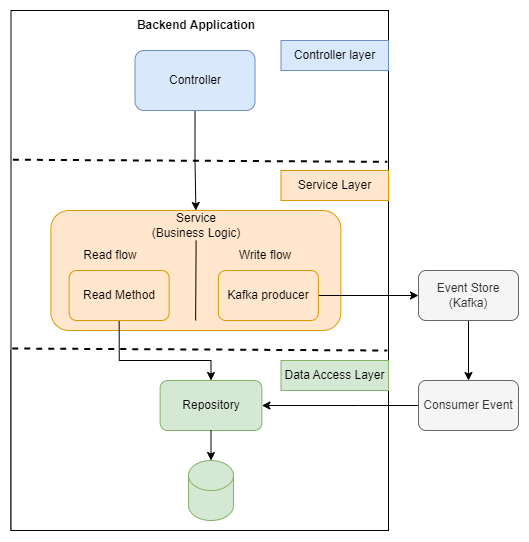
Before: images/chap6/PythonBackend.png, a diagram exported from draw.io (quechivvt/ecommerce-ai-agent-report). Source tidied: cells renumbered, new cells last; positions are measured from the earlier drawing's top-left corner, leaving out a move shared by most shapes. The source it was exported from:
```xml
<mxGraphModel>
  <root>
    <mxCell id="0" />
    <mxCell id="1" parent="0" />
    <mxCell id="2" style="rounded=0;whiteSpace=wrap;html=1;" parent="1" vertex="1">
      <mxGeometry x="0.5" y="340" width="377.5" height="180" as="geometry" />
    </mxCell>
    <mxCell id="3" style="rounded=0;whiteSpace=wrap;html=1;" parent="1" vertex="1">
      <mxGeometry x="0.5" width="377.5" height="520" as="geometry" />
    </mxCell>
    <mxCell id="4" value="&lt;b&gt;Backend Application&lt;/b&gt;" style="text;html=1;align=center;verticalAlign=middle;whiteSpace=wrap;rounded=0;" parent="1" vertex="1">
      <mxGeometry x="95.5" width="180" height="30" as="geometry" />
    </mxCell>
    <mxCell id="5" style="edgeStyle=orthogonalEdgeStyle;rounded=0;jettySize=auto;html=1;exitX=0.5;exitY=1;exitDx=0;exitDy=0;entryX=0.5;entryY=0;entryDx=0;entryDy=0;" parent="1" edge="1" source="6" target="8">
      <mxGeometry relative="1" as="geometry" />
    </mxCell>
    <mxCell id="6" value="Controller" style="rounded=1;whiteSpace=wrap;html=1;fillColor=#dae8fc;strokeColor=#6c8ebf;" parent="1" vertex="1">
      <mxGeometry x="124.5" y="40" width="120" height="60" as="geometry" />
    </mxCell>
    <mxCell id="7" style="rounded=1;whiteSpace=wrap;html=1;fillColor=#ffe6cc;strokeColor=#d79b00;" parent="1" vertex="1">
      <mxGeometry x="40.4" y="200" width="290" height="120" as="geometry" />
    </mxCell>
    <mxCell id="8" value="Service&lt;br&gt;(Business Logic)" style="text;html=1;align=center;verticalAlign=middle;whiteSpace=wrap;rounded=0;" parent="1" vertex="1">
      <mxGeometry x="124.5" y="200" width="121.7" height="30" as="geometry" />
    </mxCell>
    <mxCell id="9" style="endArrow=none;html=1;rounded=0;" parent="1" edge="1">
      <mxGeometry relative="1" as="geometry">
        <mxPoint x="185.1" y="310" as="sourcePoint" />
        <mxPoint x="185.6" y="230" as="targetPoint" />
      </mxGeometry>
    </mxCell>
    <mxCell id="10" value="Read flow" style="text;html=1;align=center;verticalAlign=middle;whiteSpace=wrap;rounded=0;" parent="1" vertex="1">
      <mxGeometry x="70.4" y="230" width="60" height="30" as="geometry" />
    </mxCell>
    <mxCell id="11" value="Write flow" style="text;html=1;align=center;verticalAlign=middle;whiteSpace=wrap;rounded=0;" parent="1" vertex="1">
      <mxGeometry x="225.4" y="230" width="60" height="30" as="geometry" />
    </mxCell>
    <mxCell id="12" style="edgeStyle=orthogonalEdgeStyle;rounded=0;jettySize=auto;html=1;exitX=0.5;exitY=1;exitDx=0;exitDy=0;entryX=0.5;entryY=0;entryDx=0;entryDy=0;" parent="1" edge="1" source="13" target="14">
      <mxGeometry relative="1" as="geometry">
        <Array as="points">
          <mxPoint x="109" y="350" />
          <mxPoint x="201" y="350" />
        </Array>
      </mxGeometry>
    </mxCell>
    <mxCell id="13" value="Read Method" style="rounded=1;whiteSpace=wrap;html=1;fillColor=#ffe6cc;strokeColor=#d79b00;" parent="1" vertex="1">
      <mxGeometry x="58.6" y="260" width="100" height="50" as="geometry" />
    </mxCell>
    <mxCell id="14" value="Repository" style="rounded=1;whiteSpace=wrap;html=1;fillColor=#d5e8d4;strokeColor=#82b366;" parent="1" vertex="1">
      <mxGeometry x="149.6" y="370" width="101.7" height="50" as="geometry" />
    </mxCell>
    <mxCell id="15" style="shape=cylinder3;whiteSpace=wrap;html=1;boundedLbl=1;backgroundOutline=1;size=15;fillColor=#d5e8d4;strokeColor=#82b366;" parent="1" vertex="1">
      <mxGeometry x="178" y="450" width="45" height="60" as="geometry" />
    </mxCell>
    <mxCell id="16" style="edgeStyle=orthogonalEdgeStyle;rounded=0;jettySize=auto;html=1;exitX=1;exitY=0.5;exitDx=0;exitDy=0;" parent="1" edge="1" source="17" target="19">
      <mxGeometry relative="1" as="geometry" />
    </mxCell>
    <mxCell id="17" value="Kafka producer" style="rounded=1;whiteSpace=wrap;html=1;fillColor=#ffe6cc;strokeColor=#d79b00;" parent="1" vertex="1">
      <mxGeometry x="207.9" y="260" width="100" height="50" as="geometry" />
    </mxCell>
    <mxCell id="18" style="edgeStyle=orthogonalEdgeStyle;rounded=0;jettySize=auto;html=1;exitX=0.5;exitY=1;exitDx=0;exitDy=0;entryX=0.5;entryY=0;entryDx=0;entryDy=0;" parent="1" edge="1" source="19" target="21">
      <mxGeometry relative="1" as="geometry" />
    </mxCell>
    <mxCell id="19" value="Event Store&lt;br&gt;(Kafka)" style="rounded=1;whiteSpace=wrap;html=1;fillColor=#f5f5f5;strokeColor=#666666;fontColor=#333333;" parent="1" vertex="1">
      <mxGeometry x="408" y="260" width="100" height="50" as="geometry" />
    </mxCell>
    <mxCell id="20" style="edgeStyle=orthogonalEdgeStyle;rounded=0;jettySize=auto;html=1;exitX=0;exitY=0.5;exitDx=0;exitDy=0;entryX=1;entryY=0.5;entryDx=0;entryDy=0;" parent="1" edge="1" source="21" target="14">
      <mxGeometry relative="1" as="geometry">
        <Array as="points">
          <mxPoint x="348" y="395" />
          <mxPoint x="348" y="395" />
        </Array>
      </mxGeometry>
    </mxCell>
    <mxCell id="21" value="Consumer Event" style="rounded=1;whiteSpace=wrap;html=1;fillColor=#f5f5f5;strokeColor=#666666;fontColor=#333333;" parent="1" vertex="1">
      <mxGeometry x="408" y="370" width="100" height="50" as="geometry" />
    </mxCell>
    <mxCell id="22" value="Controller layer" style="text;html=1;align=center;verticalAlign=middle;whiteSpace=wrap;rounded=0;fillColor=#dae8fc;strokeColor=#6c8ebf;" parent="1" vertex="1">
      <mxGeometry x="270.5" y="30" width="107.5" height="30" as="geometry" />
    </mxCell>
    <mxCell id="23" style="endArrow=none;dashed=1;html=1;strokeWidth=2;rounded=0;exitX=0.005;exitY=0.287;exitDx=0;exitDy=0;exitPerimeter=0;entryX=0.997;entryY=0.291;entryDx=0;entryDy=0;entryPerimeter=0;" parent="1" edge="1" source="3" target="3">
      <mxGeometry relative="1" as="geometry" />
    </mxCell>
    <mxCell id="24" style="endArrow=none;dashed=1;html=1;strokeWidth=2;rounded=0;exitX=0.005;exitY=0.287;exitDx=0;exitDy=0;exitPerimeter=0;entryX=0.997;entryY=0.291;entryDx=0;entryDy=0;entryPerimeter=0;" parent="1" edge="1">
      <mxGeometry relative="1" as="geometry">
        <mxPoint x="1.8" y="338" as="sourcePoint" />
        <mxPoint x="376.8" y="340" as="targetPoint" />
      </mxGeometry>
    </mxCell>
    <mxCell id="25" value="Service Layer" style="text;html=1;align=center;verticalAlign=middle;whiteSpace=wrap;rounded=0;fillColor=#ffe6cc;strokeColor=#d79b00;" parent="1" vertex="1">
      <mxGeometry x="270.5" y="160" width="107.5" height="30" as="geometry" />
    </mxCell>
    <mxCell id="26" value="Data Access Layer" style="text;html=1;align=center;verticalAlign=middle;whiteSpace=wrap;rounded=0;fillColor=#d5e8d4;strokeColor=#82b366;" parent="1" vertex="1">
      <mxGeometry x="270.5" y="350" width="107.5" height="30" as="geometry" />
    </mxCell>
    <mxCell id="27" style="edgeStyle=orthogonalEdgeStyle;rounded=0;jettySize=auto;html=1;exitX=0.5;exitY=1;exitDx=0;exitDy=0;entryX=0.5;entryY=0;entryDx=0;entryDy=0;entryPerimeter=0;" parent="1" edge="1" source="14" target="15">
      <mxGeometry relative="1" as="geometry" />
    </mxCell>
  </root>
</mxGraphModel>
```
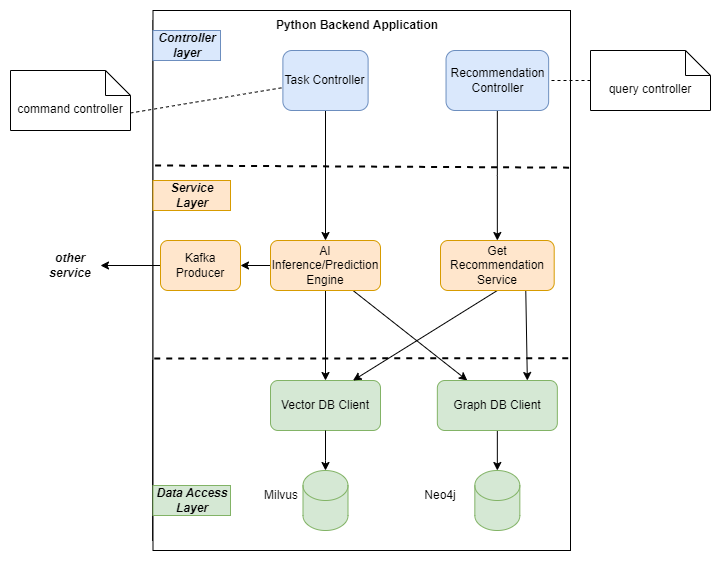
The same diagram one commit later.

Commit message:
update data access stratergy

The edit, as a diff of the source:
```diff
@@ -52,29 +52,23 @@
     <mxCell id="15" style="shape=cylinder3;whiteSpace=wrap;html=1;boundedLbl=1;backgroundOutline=1;size=15;fillColor=#d5e8d4;strokeColor=#82b366;" parent="1" vertex="1">
       <mxGeometry x="178" y="450" width="45" height="60" as="geometry" />
     </mxCell>
-    <mxCell id="16" style="edgeStyle=orthogonalEdgeStyle;rounded=0;jettySize=auto;html=1;exitX=1;exitY=0.5;exitDx=0;exitDy=0;" parent="1" edge="1" source="17" target="19">
-      <mxGeometry relative="1" as="geometry" />
+    <mxCell id="16" style="edgeStyle=orthogonalEdgeStyle;rounded=0;jettySize=auto;html=1;exitX=1;exitY=0.5;exitDx=0;exitDy=0;" parent="1" edge="1" source="17">
+      <mxGeometry relative="1" as="geometry">
+        <mxPoint x="408" y="285" as="targetPoint" />
+      </mxGeometry>
     </mxCell>
     <mxCell id="17" value="Kafka producer" style="rounded=1;whiteSpace=wrap;html=1;fillColor=#ffe6cc;strokeColor=#d79b00;" parent="1" vertex="1">
       <mxGeometry x="207.9" y="260" width="100" height="50" as="geometry" />
     </mxCell>
-    <mxCell id="18" style="edgeStyle=orthogonalEdgeStyle;rounded=0;jettySize=auto;html=1;exitX=0.5;exitY=1;exitDx=0;exitDy=0;entryX=0.5;entryY=0;entryDx=0;entryDy=0;" parent="1" edge="1" source="19" target="21">
-      <mxGeometry relative="1" as="geometry" />
-    </mxCell>
-    <mxCell id="19" value="Event Store&lt;br&gt;(Kafka)" style="rounded=1;whiteSpace=wrap;html=1;fillColor=#f5f5f5;strokeColor=#666666;fontColor=#333333;" parent="1" vertex="1">
-      <mxGeometry x="408" y="260" width="100" height="50" as="geometry" />
-    </mxCell>
-    <mxCell id="20" style="edgeStyle=orthogonalEdgeStyle;rounded=0;jettySize=auto;html=1;exitX=0;exitY=0.5;exitDx=0;exitDy=0;entryX=1;entryY=0.5;entryDx=0;entryDy=0;" parent="1" edge="1" source="21" target="14">
+    <mxCell id="20" style="edgeStyle=orthogonalEdgeStyle;rounded=0;jettySize=auto;html=1;exitX=0;exitY=0.5;exitDx=0;exitDy=0;entryX=1;entryY=0.5;entryDx=0;entryDy=0;" parent="1" edge="1" target="14">
       <mxGeometry relative="1" as="geometry">
+        <mxPoint x="408" y="395" as="sourcePoint" />
         <Array as="points">
           <mxPoint x="348" y="395" />
           <mxPoint x="348" y="395" />
         </Array>
       </mxGeometry>
     </mxCell>
-    <mxCell id="21" value="Consumer Event" style="rounded=1;whiteSpace=wrap;html=1;fillColor=#f5f5f5;strokeColor=#666666;fontColor=#333333;" parent="1" vertex="1">
-      <mxGeometry x="408" y="370" width="100" height="50" as="geometry" />
-    </mxCell>
     <mxCell id="22" value="Controller layer" style="text;html=1;align=center;verticalAlign=middle;whiteSpace=wrap;rounded=0;fillColor=#dae8fc;strokeColor=#6c8ebf;" parent="1" vertex="1">
       <mxGeometry x="270.5" y="30" width="107.5" height="30" as="geometry" />
     </mxCell>
@@ -96,5 +90,116 @@
     <mxCell id="27" style="edgeStyle=orthogonalEdgeStyle;rounded=0;jettySize=auto;html=1;exitX=0.5;exitY=1;exitDx=0;exitDy=0;entryX=0.5;entryY=0;entryDx=0;entryDy=0;entryPerimeter=0;" parent="1" edge="1" source="14" target="15">
       <mxGeometry relative="1" as="geometry" />
     </mxCell>
+    <mxCell id="28" style="rounded=0;whiteSpace=wrap;html=1;" parent="1" vertex="1">
+      <mxGeometry x="0.5" y="340" width="377.5" height="180" as="geometry" />
+    </mxCell>
+    <mxCell id="29" style="rounded=0;whiteSpace=wrap;html=1;" parent="1" vertex="1">
+      <mxGeometry x="0.5" y="-10" width="417.5" height="540" as="geometry" />
+    </mxCell>
+    <mxCell id="30" value="&lt;b&gt;Python Backend Application&lt;/b&gt;" style="text;html=1;align=center;verticalAlign=middle;whiteSpace=wrap;rounded=0;" parent="1" vertex="1">
+      <mxGeometry x="115.4" y="-10" width="180" height="30" as="geometry" />
+    </mxCell>
+    <mxCell id="31" style="edgeStyle=orthogonalEdgeStyle;rounded=0;jettySize=auto;html=1;exitX=0.5;exitY=1;exitDx=0;exitDy=0;" parent="1" edge="1" source="32" target="47">
+      <mxGeometry relative="1" as="geometry" />
+    </mxCell>
+    <mxCell id="32" value="Recommendation Controller" style="rounded=1;whiteSpace=wrap;html=1;fillColor=#dae8fc;strokeColor=#6c8ebf;" parent="1" vertex="1">
+      <mxGeometry x="293.5" y="30" width="102.6" height="60" as="geometry" />
+    </mxCell>
+    <mxCell id="33" style="edgeStyle=orthogonalEdgeStyle;rounded=0;jettySize=auto;html=1;exitX=0.5;exitY=1;exitDx=0;exitDy=0;" parent="1" edge="1" source="36" target="37">
+      <mxGeometry relative="1" as="geometry" />
+    </mxCell>
+    <mxCell id="34" style="edgeStyle=orthogonalEdgeStyle;rounded=0;jettySize=auto;html=1;exitX=0;exitY=0.5;exitDx=0;exitDy=0;" parent="1" edge="1" source="36" target="51">
+      <mxGeometry relative="1" as="geometry" />
+    </mxCell>
+    <mxCell id="35" style="rounded=0;jettySize=auto;html=1;exitX=0.75;exitY=1;exitDx=0;exitDy=0;entryX=0.25;entryY=0;entryDx=0;entryDy=0;" parent="1" edge="1" source="36" target="54">
+      <mxGeometry relative="1" as="geometry" />
+    </mxCell>
+    <mxCell id="36" value="AI Inference/Prediction Engine" style="rounded=1;whiteSpace=wrap;html=1;fillColor=#ffe6cc;strokeColor=#d79b00;" parent="1" vertex="1">
+      <mxGeometry x="118" y="220" width="110" height="50" as="geometry" />
+    </mxCell>
+    <mxCell id="37" value="Vector DB Client" style="rounded=1;whiteSpace=wrap;html=1;fillColor=#d5e8d4;strokeColor=#82b366;" parent="1" vertex="1">
+      <mxGeometry x="118" y="360" width="110" height="50" as="geometry" />
+    </mxCell>
+    <mxCell id="38" style="shape=cylinder3;whiteSpace=wrap;html=1;boundedLbl=1;backgroundOutline=1;size=15;fillColor=#d5e8d4;strokeColor=#82b366;" parent="1" vertex="1">
+      <mxGeometry x="150.5" y="450" width="45" height="60" as="geometry" />
+    </mxCell>
+    <mxCell id="39" value="&lt;b&gt;&lt;i&gt;Controller layer&lt;/i&gt;&lt;/b&gt;" style="text;html=1;align=center;verticalAlign=middle;whiteSpace=wrap;rounded=0;fillColor=#dae8fc;strokeColor=#6c8ebf;" parent="1" vertex="1">
+      <mxGeometry x="0.5" y="10" width="67.5" height="30" as="geometry" />
+    </mxCell>
+    <mxCell id="40" style="endArrow=none;dashed=1;html=1;strokeWidth=2;rounded=0;exitX=0.005;exitY=0.287;exitDx=0;exitDy=0;exitPerimeter=0;entryX=0.997;entryY=0.291;entryDx=0;entryDy=0;entryPerimeter=0;" parent="1" edge="1" source="29" target="29">
+      <mxGeometry relative="1" as="geometry" />
+    </mxCell>
+    <mxCell id="41" style="endArrow=none;dashed=1;html=1;strokeWidth=2;rounded=0;exitX=0.005;exitY=0.287;exitDx=0;exitDy=0;exitPerimeter=0;entryX=1.006;entryY=0.644;entryDx=0;entryDy=0;entryPerimeter=0;" parent="1" edge="1" target="29">
+      <mxGeometry relative="1" as="geometry">
+        <mxPoint x="1.8" y="338" as="sourcePoint" />
+      </mxGeometry>
+    </mxCell>
+    <mxCell id="42" value="&lt;b&gt;&lt;i&gt;Service Layer&lt;/i&gt;&lt;/b&gt;" style="text;html=1;align=center;verticalAlign=middle;whiteSpace=wrap;rounded=0;fillColor=#ffe6cc;strokeColor=#d79b00;" parent="1" vertex="1">
+      <mxGeometry x="0.5" y="160" width="77.5" height="30" as="geometry" />
+    </mxCell>
+    <mxCell id="43" value="&lt;b&gt;&lt;i&gt;Data Access Layer&lt;/i&gt;&lt;/b&gt;" style="text;html=1;align=center;verticalAlign=middle;whiteSpace=wrap;rounded=0;fillColor=#d5e8d4;strokeColor=#82b366;" parent="1" vertex="1">
+      <mxGeometry x="0.5" y="465" width="77.5" height="30" as="geometry" />
+    </mxCell>
+    <mxCell id="44" style="edgeStyle=orthogonalEdgeStyle;rounded=0;jettySize=auto;html=1;exitX=0.5;exitY=1;exitDx=0;exitDy=0;entryX=0.5;entryY=0;entryDx=0;entryDy=0;entryPerimeter=0;" parent="1" edge="1" source="37" target="38">
+      <mxGeometry relative="1" as="geometry">
+        <Array as="points">
+          <mxPoint x="173" y="440" />
+          <mxPoint x="173" y="440" />
+        </Array>
+      </mxGeometry>
+    </mxCell>
+    <mxCell id="45" style="rounded=0;jettySize=auto;html=1;exitX=0.5;exitY=1;exitDx=0;exitDy=0;entryX=0.75;entryY=0;entryDx=0;entryDy=0;" parent="1" edge="1" source="47" target="37">
+      <mxGeometry relative="1" as="geometry" />
+    </mxCell>
+    <mxCell id="46" style="rounded=0;jettySize=auto;html=1;exitX=0.75;exitY=1;exitDx=0;exitDy=0;entryX=0.75;entryY=0;entryDx=0;entryDy=0;" parent="1" edge="1" source="47" target="54">
+      <mxGeometry relative="1" as="geometry" />
+    </mxCell>
+    <mxCell id="47" value="Get Recommendation Service" style="rounded=1;whiteSpace=wrap;html=1;fillColor=#ffe6cc;strokeColor=#d79b00;" parent="1" vertex="1">
+      <mxGeometry x="288" y="220" width="113.7" height="50" as="geometry" />
+    </mxCell>
+    <mxCell id="48" style="edgeStyle=orthogonalEdgeStyle;rounded=0;jettySize=auto;html=1;exitX=0.5;exitY=1;exitDx=0;exitDy=0;entryX=0.5;entryY=0;entryDx=0;entryDy=0;" parent="1" edge="1" source="49" target="36">
+      <mxGeometry relative="1" as="geometry" />
+    </mxCell>
+    <mxCell id="49" value="Task Controller" style="rounded=1;whiteSpace=wrap;html=1;fillColor=#dae8fc;strokeColor=#6c8ebf;" parent="1" vertex="1">
+      <mxGeometry x="130.4" y="30" width="85.2" height="60" as="geometry" />
+    </mxCell>
+    <mxCell id="50" style="edgeStyle=orthogonalEdgeStyle;rounded=0;jettySize=auto;html=1;exitX=0;exitY=0.5;exitDx=0;exitDy=0;" parent="1" edge="1" source="51">
+      <mxGeometry relative="1" as="geometry">
+        <mxPoint x="-52" y="245" as="targetPoint" />
+      </mxGeometry>
+    </mxCell>
+    <mxCell id="51" value="Kafka Producer" style="rounded=1;whiteSpace=wrap;html=1;fillColor=#ffe6cc;strokeColor=#d79b00;" parent="1" vertex="1">
+      <mxGeometry x="8" y="220" width="80" height="50" as="geometry" />
+    </mxCell>
+    <mxCell id="52" value="&lt;b&gt;&lt;i&gt;other service&lt;/i&gt;&lt;/b&gt;" style="text;html=1;align=center;verticalAlign=middle;whiteSpace=wrap;rounded=0;" parent="1" vertex="1">
+      <mxGeometry x="-112" y="230" width="60" height="30" as="geometry" />
+    </mxCell>
+    <mxCell id="53" style="edgeStyle=orthogonalEdgeStyle;rounded=0;jettySize=auto;html=1;exitX=0.5;exitY=1;exitDx=0;exitDy=0;" parent="1" edge="1" source="54" target="60">
+      <mxGeometry relative="1" as="geometry" />
+    </mxCell>
+    <mxCell id="54" value="Graph DB Client" style="rounded=1;whiteSpace=wrap;html=1;fillColor=#d5e8d4;strokeColor=#82b366;" parent="1" vertex="1">
+      <mxGeometry x="284.8" y="360" width="120" height="50" as="geometry" />
+    </mxCell>
+    <mxCell id="55" value="Milvus" style="text;html=1;align=center;verticalAlign=middle;whiteSpace=wrap;rounded=0;" parent="1" vertex="1">
+      <mxGeometry x="98.6" y="460" width="60" height="30" as="geometry" />
+    </mxCell>
+    <mxCell id="56" style="edgeStyle=orthogonalEdgeStyle;rounded=0;jettySize=auto;html=1;exitX=0;exitY=0.5;exitDx=0;exitDy=0;exitPerimeter=0;entryX=1;entryY=0.5;entryDx=0;entryDy=0;endArrow=none;endFill=0;dashed=1;" parent="1" edge="1" source="57" target="32">
+      <mxGeometry relative="1" as="geometry" />
+    </mxCell>
+    <mxCell id="57" value="query controller" style="shape=note2;boundedLbl=1;whiteSpace=wrap;html=1;size=25;verticalAlign=top;align=center;" parent="1" vertex="1">
+      <mxGeometry x="438" y="30" width="120" height="60" as="geometry" />
+    </mxCell>
+    <mxCell id="58" style="rounded=0;jettySize=auto;html=1;exitX=0;exitY=0;exitDx=120;exitDy=42.5;exitPerimeter=0;dashed=1;endArrow=none;endFill=0;" parent="1" edge="1" source="59" target="49">
+      <mxGeometry relative="1" as="geometry" />
+    </mxCell>
+    <mxCell id="59" value="command controller" style="shape=note2;boundedLbl=1;whiteSpace=wrap;html=1;size=25;verticalAlign=top;align=center;" parent="1" vertex="1">
+      <mxGeometry x="-142" y="50" width="120" height="60" as="geometry" />
+    </mxCell>
+    <mxCell id="60" style="shape=cylinder3;whiteSpace=wrap;html=1;boundedLbl=1;backgroundOutline=1;size=15;fillColor=#d5e8d4;strokeColor=#82b366;" parent="1" vertex="1">
+      <mxGeometry x="322.3" y="450" width="45" height="60" as="geometry" />
+    </mxCell>
+    <mxCell id="61" value="Neo4j" style="text;html=1;align=center;verticalAlign=middle;whiteSpace=wrap;rounded=0;" parent="1" vertex="1">
+      <mxGeometry x="258" y="460" width="60" height="30" as="geometry" />
+    </mxCell>
   </root>
 </mxGraphModel>
```
